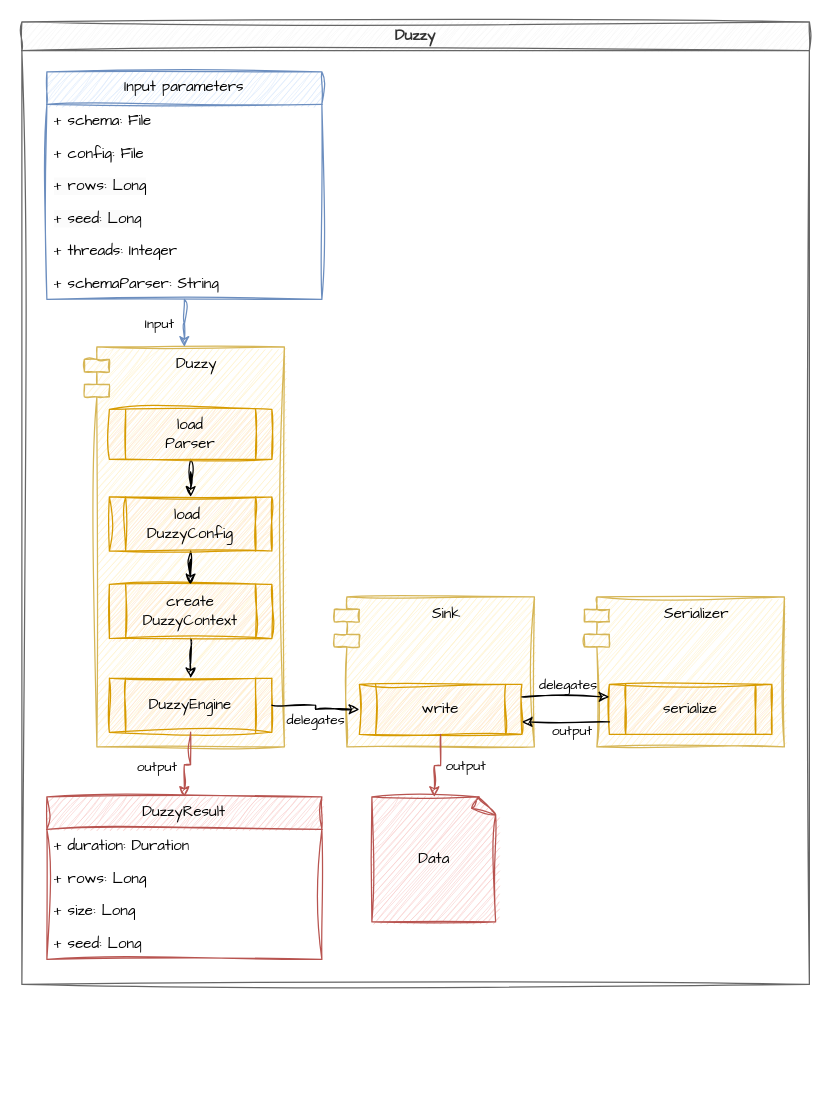
The draw.io diagram page "Duzzy" (1 of 3) of docs/schema/duzzy.drawio in bhagenbourger/duzzy, before the edit. Source tidied: cells renumbered, new cells numbered last; positions are measured from the earlier drawing's top-left corner, leaving out a move shared by most shapes. Both pictures are drawn from the tidied source at 125%, with x=0, y=0 at pixel (21, 21).
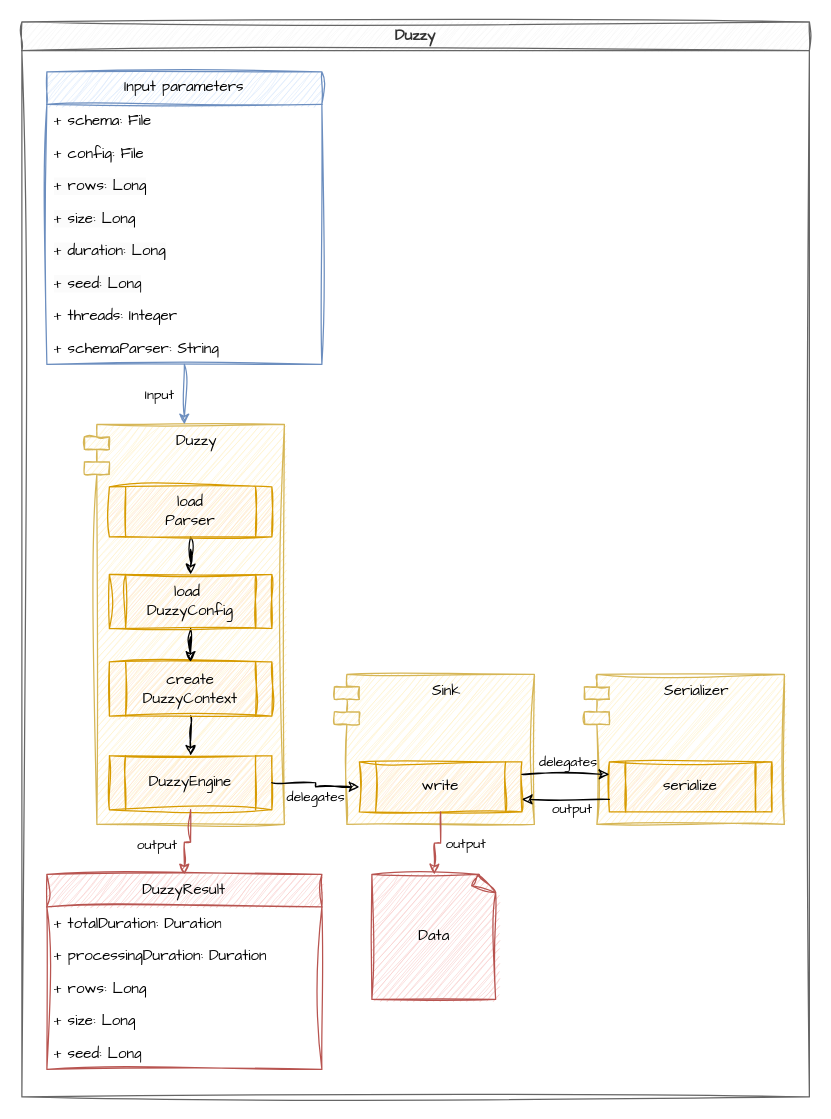
The same diagram, later.

Change to the diagram source:
```diff
@@
     <mxCell id="2" value="Duzzy" style="swimlane;whiteSpace=wrap;html=1;sketch=1;hachureGap=4;jiggle=2;curveFitting=1;fontFamily=Architects Daughter;fillColor=#f5f5f5;fontColor=#333333;strokeColor=#666666;" parent="1" vertex="1">
-      <mxGeometry width="630" height="770" as="geometry" />
+      <mxGeometry width="630" height="860" as="geometry" />
     </mxCell>
     <mxCell id="3" value="Serializer" style="shape=module;align=left;spacingLeft=20;align=center;verticalAlign=top;whiteSpace=wrap;html=1;sketch=1;hachureGap=4;jiggle=2;curveFitting=1;fontFamily=Architects Daughter;fillColor=#fff2cc;strokeColor=#d6b656;" parent="2" vertex="1">
-      <mxGeometry x="450" y="460" width="160" height="120" as="geometry" />
+      <mxGeometry x="450" y="522" width="160" height="120" as="geometry" />
     </mxCell>
@@
     <mxCell id="5" value="Sink" style="shape=module;align=left;spacingLeft=20;align=center;verticalAlign=top;whiteSpace=wrap;html=1;sketch=1;hachureGap=4;jiggle=2;curveFitting=1;fontFamily=Architects Daughter;fillColor=#fff2cc;strokeColor=#d6b656;" parent="2" vertex="1">
-      <mxGeometry x="250" y="460" width="160" height="120" as="geometry" />
+      <mxGeometry x="250" y="522" width="160" height="120" as="geometry" />
     </mxCell>
@@
     <mxCell id="11" value="Duzzy" style="shape=module;align=left;spacingLeft=20;align=center;verticalAlign=top;whiteSpace=wrap;html=1;sketch=1;hachureGap=4;jiggle=2;curveFitting=1;fontFamily=Architects Daughter;fillColor=#fff2cc;strokeColor=#d6b656;" parent="2" vertex="1">
-      <mxGeometry x="50" y="260" width="160" height="320" as="geometry" />
+      <mxGeometry x="50" y="322" width="160" height="320" as="geometry" />
     </mxCell>
@@
     <mxCell id="20" value="DuzzyResult" style="swimlane;fontStyle=0;horizontal=1;startSize=26;fillColor=#f8cecc;whiteSpace=wrap;html=1;sketch=1;hachureGap=4;jiggle=2;curveFitting=1;fontFamily=Architects Daughter;swimlaneLine=1;strokeColor=#b85450;" parent="2" vertex="1">
-      <mxGeometry x="20" y="620" width="220" height="130" as="geometry" />
+      <mxGeometry x="20" y="682" width="220" height="156" as="geometry" />
     </mxCell>
-    <mxCell id="21" value="+ duration: Duration" style="text;strokeColor=none;fillColor=none;align=left;verticalAlign=top;spacingLeft=4;spacingRight=4;overflow=hidden;whiteSpace=wrap;html=1;fontFamily=Architects Daughter;" parent="20" vertex="1">
+    <mxCell id="21" value="+ totalDuration: Duration" style="text;strokeColor=none;fillColor=none;align=left;verticalAlign=top;spacingLeft=4;spacingRight=4;overflow=hidden;whiteSpace=wrap;html=1;fontFamily=Architects Daughter;" parent="20" vertex="1">
       <mxGeometry y="26" width="220" height="26" as="geometry" />
     </mxCell>
+    <mxCell id="24" value="+ processingDuration: Duration" style="text;strokeColor=none;fillColor=none;align=left;verticalAlign=top;spacingLeft=4;spacingRight=4;overflow=hidden;whiteSpace=wrap;html=1;fontFamily=Architects Daughter;" parent="20" vertex="1">
+      <mxGeometry y="52" width="220" height="26" as="geometry" />
+    </mxCell>
     <mxCell id="22" value="+ rows: Long" style="text;strokeColor=none;fillColor=none;align=left;verticalAlign=top;spacingLeft=4;spacingRight=4;overflow=hidden;whiteSpace=wrap;html=1;fontFamily=Architects Daughter;" parent="20" vertex="1">
-      <mxGeometry y="52" width="220" height="26" as="geometry" />
+      <mxGeometry y="78" width="220" height="26" as="geometry" />
     </mxCell>
     <mxCell id="23" value="+ size: Long" style="text;strokeColor=none;fillColor=none;align=left;verticalAlign=top;spacingLeft=4;spacingRight=4;overflow=hidden;whiteSpace=wrap;html=1;fontFamily=Architects Daughter;" parent="20" vertex="1">
-      <mxGeometry y="78" width="220" height="26" as="geometry" />
+      <mxGeometry y="104" width="220" height="26" as="geometry" />
     </mxCell>
-    <mxCell id="24" value="+ seed: Long" style="text;strokeColor=none;fillColor=none;align=left;verticalAlign=top;spacingLeft=4;spacingRight=4;overflow=hidden;whiteSpace=wrap;html=1;fontFamily=Architects Daughter;" parent="20" vertex="1">
-      <mxGeometry y="104" width="220" height="26" as="geometry" />
-    </mxCell>
+    <mxCell id="38" value="+ seed: Long" style="text;strokeColor=none;fillColor=none;align=left;verticalAlign=top;spacingLeft=4;spacingRight=4;overflow=hidden;whiteSpace=wrap;html=1;fontFamily=Architects Daughter;" parent="20" vertex="1">
+      <mxGeometry y="130" width="220" height="26" as="geometry" />
+    </mxCell>
@@
     <mxCell id="28" value="Input parameters" style="swimlane;fontStyle=0;horizontal=1;startSize=26;fillColor=#dae8fc;whiteSpace=wrap;html=1;sketch=1;hachureGap=4;jiggle=2;curveFitting=1;fontFamily=Architects Daughter;swimlaneLine=1;strokeColor=#6c8ebf;" parent="2" vertex="1">
-      <mxGeometry x="20" y="40" width="220" height="182" as="geometry" />
+      <mxGeometry x="20" y="40" width="220" height="234" as="geometry" />
     </mxCell>
@@
+    <mxCell id="39" value="&lt;span style=&quot;color: rgb(0, 0, 0); font-family: &amp;quot;Architects Daughter&amp;quot;; font-size: 12px; font-style: normal; font-variant-ligatures: normal; font-variant-caps: normal; font-weight: 400; letter-spacing: normal; orphans: 2; text-align: left; text-indent: 0px; text-transform: none; widows: 2; word-spacing: 0px; -webkit-text-stroke-width: 0px; white-space: normal; background-color: rgb(251, 251, 251); text-decoration-thickness: initial; text-decoration-style: initial; text-decoration-color: initial; float: none; display: inline !important;&quot;&gt;+ size: Long&lt;/span&gt;" style="text;strokeColor=none;fillColor=none;align=left;verticalAlign=top;spacingLeft=4;spacingRight=4;overflow=hidden;whiteSpace=wrap;html=1;fontFamily=Architects Daughter;" parent="28" vertex="1">
+      <mxGeometry y="104" width="220" height="26" as="geometry" />
+    </mxCell>
+    <mxCell id="40" value="&lt;span style=&quot;color: rgb(0, 0, 0); font-family: &amp;quot;Architects Daughter&amp;quot;; font-size: 12px; font-style: normal; font-variant-ligatures: normal; font-variant-caps: normal; font-weight: 400; letter-spacing: normal; orphans: 2; text-align: left; text-indent: 0px; text-transform: none; widows: 2; word-spacing: 0px; -webkit-text-stroke-width: 0px; white-space: normal; background-color: rgb(251, 251, 251); text-decoration-thickness: initial; text-decoration-style: initial; text-decoration-color: initial; float: none; display: inline !important;&quot;&gt;+ duration: Long&lt;/span&gt;" style="text;strokeColor=none;fillColor=none;align=left;verticalAlign=top;spacingLeft=4;spacingRight=4;overflow=hidden;whiteSpace=wrap;html=1;fontFamily=Architects Daughter;" parent="28" vertex="1">
+      <mxGeometry y="130" width="220" height="26" as="geometry" />
+    </mxCell>
     <mxCell id="32" value="&lt;span style=&quot;color: rgb(0, 0, 0); font-family: &amp;quot;Architects Daughter&amp;quot;; font-size: 12px; font-style: normal; font-variant-ligatures: normal; font-variant-caps: normal; font-weight: 400; letter-spacing: normal; orphans: 2; text-align: left; text-indent: 0px; text-transform: none; widows: 2; word-spacing: 0px; -webkit-text-stroke-width: 0px; white-space: normal; background-color: rgb(251, 251, 251); text-decoration-thickness: initial; text-decoration-style: initial; text-decoration-color: initial; display: inline !important; float: none;&quot;&gt;+ seed: Long&lt;/span&gt;" style="text;strokeColor=none;fillColor=none;align=left;verticalAlign=top;spacingLeft=4;spacingRight=4;overflow=hidden;whiteSpace=wrap;html=1;fontFamily=Architects Daughter;" parent="28" vertex="1">
-      <mxGeometry y="104" width="220" height="26" as="geometry" />
+      <mxGeometry y="156" width="220" height="26" as="geometry" />
     </mxCell>
     <mxCell id="33" value="+ threads: Integer" style="text;strokeColor=none;fillColor=none;align=left;verticalAlign=top;spacingLeft=4;spacingRight=4;overflow=hidden;whiteSpace=wrap;html=1;fontFamily=Architects Daughter;" parent="28" vertex="1">
-      <mxGeometry y="130" width="220" height="26" as="geometry" />
+      <mxGeometry y="182" width="220" height="26" as="geometry" />
     </mxCell>
     <mxCell id="34" value="+ schemaParser: String" style="text;strokeColor=none;fillColor=none;align=left;verticalAlign=top;spacingLeft=4;spacingRight=4;overflow=hidden;whiteSpace=wrap;html=1;fontFamily=Architects Daughter;" parent="28" vertex="1">
-      <mxGeometry y="156" width="220" height="26" as="geometry" />
+      <mxGeometry y="208" width="220" height="26" as="geometry" />
     </mxCell>
     <mxCell id="35" value="Data" style="whiteSpace=wrap;html=1;shape=mxgraph.basic.document;sketch=1;hachureGap=4;jiggle=2;curveFitting=1;fontFamily=Architects Daughter;fillColor=#f8cecc;strokeColor=#b85450;" parent="2" vertex="1">
-      <mxGeometry x="280" y="620" width="100" height="100" as="geometry" />
+      <mxGeometry x="280" y="682" width="100" height="100" as="geometry" />
     </mxCell>
```
